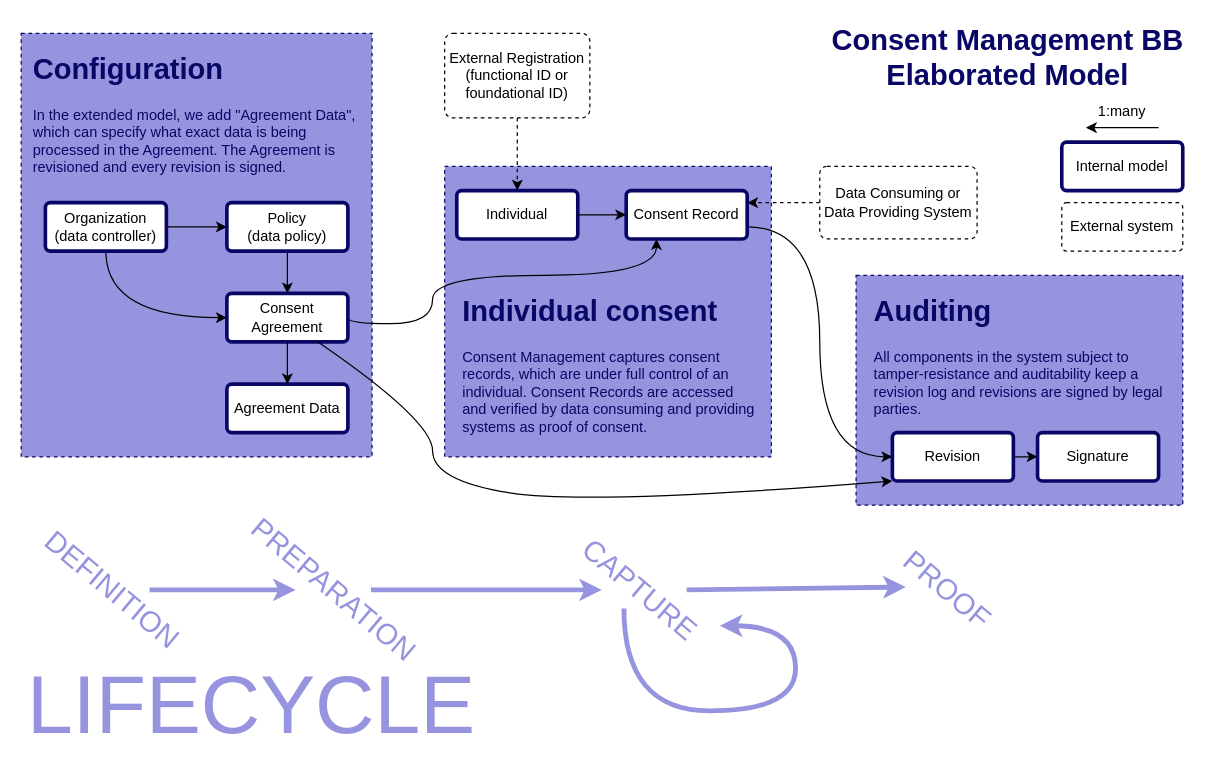
This is consent-management/diagrams/Consent Mangement BB Extended resource relationship model.drawio from GovStackWorkingGroup/BuildingBlockAPI, a draw.io file, before an edit. Source tidied: cells renumbered, new cells numbered last; positions are measured from the earlier drawing's top-left corner, leaving out a move shared by most shapes. Both pictures are drawn from the tidied source at 121%, with x=0, y=0 at pixel (21, 21).
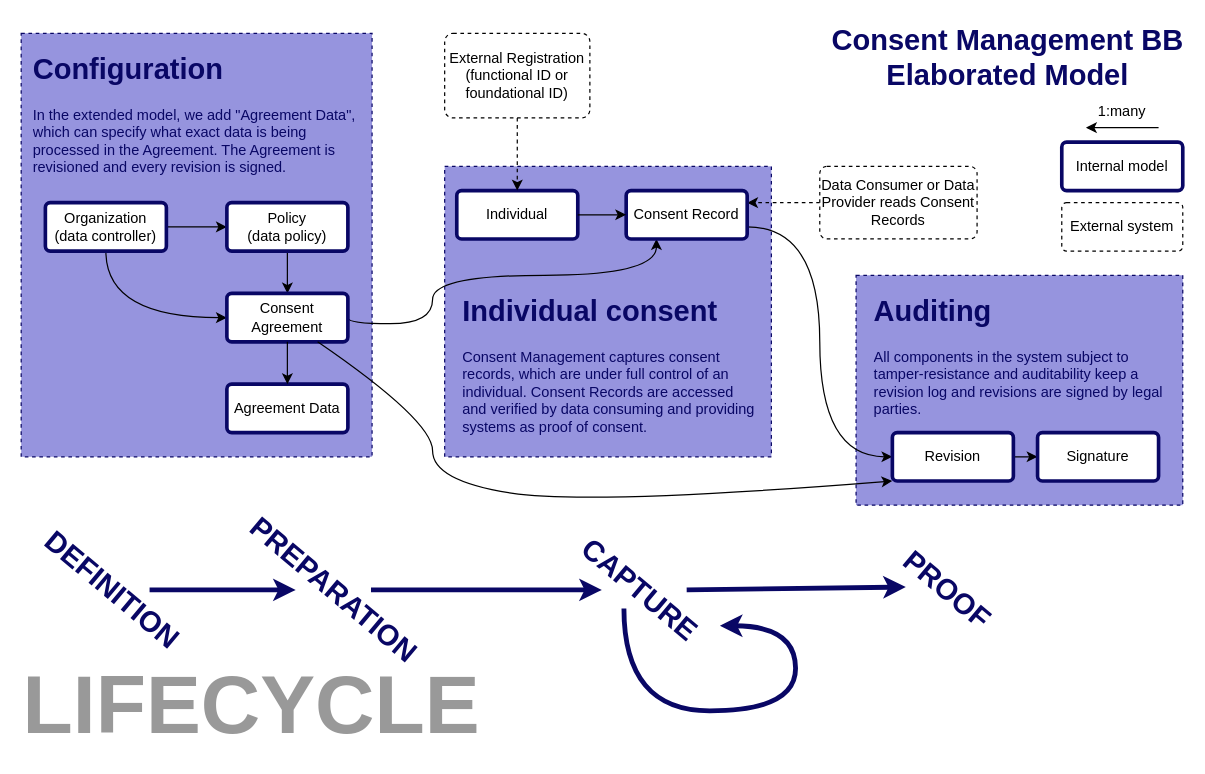
Above is the later version.

Commit message (it also covers changes not shown here):
Smaller updates to schemas + new Extended Resource model

Change to the diagram source:
```diff
@@
-    <mxCell id="13" value="Data Consuming or Data Providing System" style="rounded=1;arcSize=10;whiteSpace=wrap;html=1;align=center;dashed=1;" parent="1" vertex="1">
+    <mxCell id="13" value="Data Consumer or Data Provider reads Consent Records" style="rounded=1;arcSize=10;whiteSpace=wrap;html=1;align=center;dashed=1;" parent="1" vertex="1">
       <mxGeometry x="660" y="120" width="130" height="60" as="geometry" />
     </mxCell>
@@
-    <mxCell id="34" style="edgeStyle=orthogonalEdgeStyle;curved=1;rounded=0;jettySize=auto;html=1;fontColor=#3333FF;strokeWidth=4;strokeColor=#9694DE;" parent="1" edge="1" source="35" target="37">
+    <mxCell id="34" style="edgeStyle=orthogonalEdgeStyle;curved=1;rounded=0;jettySize=auto;html=1;fontColor=#3333FF;strokeWidth=4;strokeColor=#090765;" parent="1" edge="1" source="35" target="37">
       <mxGeometry relative="1" as="geometry" />
     </mxCell>
-    <mxCell id="35" value="DEFINITION" style="text;strokeColor=none;fillColor=none;html=1;fontSize=24;fontStyle=0;verticalAlign=middle;align=center;fontColor=#9694DE;rotation=40;" parent="1" vertex="1">
+    <mxCell id="35" value="DEFINITION" style="text;strokeColor=none;fillColor=none;html=1;fontSize=24;fontStyle=1;verticalAlign=middle;align=center;fontColor=#090765;rotation=40;" parent="1" vertex="1">
       <mxGeometry y="450" width="150" height="40" as="geometry" />
     </mxCell>
-    <mxCell id="36" style="edgeStyle=orthogonalEdgeStyle;curved=1;rounded=0;jettySize=auto;html=1;fontColor=#3333FF;strokeColor=#9694DE;strokeWidth=4;" parent="1" edge="1" source="37" target="38">
+    <mxCell id="36" style="edgeStyle=orthogonalEdgeStyle;curved=1;rounded=0;jettySize=auto;html=1;fontColor=#3333FF;strokeColor=#090765;strokeWidth=4;" parent="1" edge="1" source="37" target="38">
       <mxGeometry relative="1" as="geometry" />
     </mxCell>
-    <mxCell id="37" value="PREPARATION" style="text;strokeColor=none;fillColor=none;html=1;fontSize=24;fontStyle=0;verticalAlign=middle;align=center;fontColor=#9694DE;rotation=40;" parent="1" vertex="1">
+    <mxCell id="37" value="PREPARATION" style="text;strokeColor=none;fillColor=none;html=1;fontSize=24;fontStyle=1;verticalAlign=middle;align=center;fontColor=#090765;rotation=40;" parent="1" vertex="1">
       <mxGeometry x="173" y="450" width="170" height="40" as="geometry" />
     </mxCell>
-    <mxCell id="38" value="CAPTURE" style="text;strokeColor=none;fillColor=none;html=1;fontSize=24;fontStyle=0;verticalAlign=middle;align=center;fontColor=#9694DE;rotation=40;" parent="1" vertex="1">
+    <mxCell id="38" value="CAPTURE" style="text;strokeColor=none;fillColor=none;html=1;fontSize=24;fontStyle=1;verticalAlign=middle;align=center;fontColor=#090765;rotation=40;" parent="1" vertex="1">
       <mxGeometry x="441" y="450" width="140" height="40" as="geometry" />
     </mxCell>
-    <mxCell id="39" style="edgeStyle=orthogonalEdgeStyle;curved=1;rounded=0;orthogonalLoop=1;jettySize=auto;html=1;exitX=0.5;exitY=1;exitDx=0;exitDy=0;fontColor=#3333FF;strokeColor=#9694DE;strokeWidth=4;entryX=1;entryY=0;entryDx=0;entryDy=0;" parent="1" edge="1" source="38" target="38">
+    <mxCell id="39" style="edgeStyle=orthogonalEdgeStyle;curved=1;rounded=0;orthogonalLoop=1;jettySize=auto;html=1;exitX=0.5;exitY=1;exitDx=0;exitDy=0;fontColor=#3333FF;strokeColor=#090765;strokeWidth=4;entryX=1;entryY=0;entryDx=0;entryDy=0;" parent="1" edge="1" source="38" target="38">
       <mxGeometry relative="1" as="geometry">
         <Array as="points">
           <mxPoint x="498" y="570" />
           <mxPoint x="640" y="570" />
           <mxPoint x="640" y="500" />
         </Array>
       </mxGeometry>
     </mxCell>
-    <mxCell id="40" value="PROOF" style="text;strokeColor=none;fillColor=none;html=1;fontSize=24;fontStyle=0;verticalAlign=middle;align=center;fontColor=#9694DE;rotation=40;" parent="1" vertex="1">
+    <mxCell id="40" value="PROOF" style="text;strokeColor=none;fillColor=none;html=1;fontSize=24;fontStyle=1;verticalAlign=middle;align=center;fontColor=#090765;rotation=40;" parent="1" vertex="1">
       <mxGeometry x="710" y="450" width="110" height="40" as="geometry" />
     </mxCell>
-    <mxCell id="41" value="LIFECYCLE" style="text;strokeColor=none;fillColor=none;html=1;fontSize=68;fontStyle=0;verticalAlign=middle;align=center;fontColor=#9694DE;" parent="1" vertex="1">
+    <mxCell id="41" value="LIFECYCLE" style="text;strokeColor=none;fillColor=none;html=1;fontSize=68;fontStyle=1;verticalAlign=middle;align=center;fontColor=#999999;" parent="1" vertex="1">
       <mxGeometry x="110" y="540" width="160" height="50" as="geometry" />
     </mxCell>
-    <mxCell id="42" style="endArrow=classic;html=1;rounded=0;fontSize=68;fontColor=#090765;strokeColor=#9694DE;strokeWidth=4;entryX=0.25;entryY=1;entryDx=0;entryDy=0;" parent="1" edge="1" target="40">
+    <mxCell id="42" style="endArrow=classic;html=1;rounded=0;fontSize=68;fontColor=#090765;strokeColor=#090765;strokeWidth=4;entryX=0.25;entryY=1;entryDx=0;entryDy=0;" parent="1" edge="1" target="40">
       <mxGeometry relative="1" as="geometry">
         <mxPoint x="550" y="470" as="sourcePoint" />
       </mxGeometry>
     </mxCell>
```
